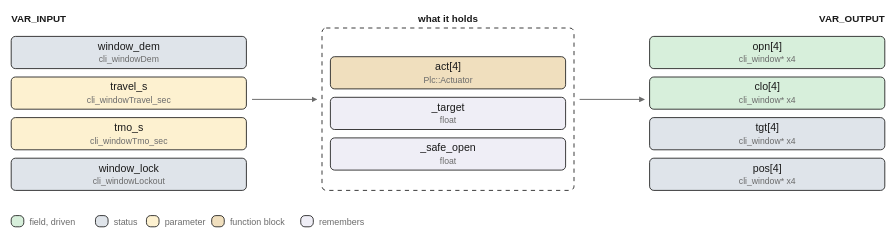
Earlier version of the draw.io export images/logic/windows.drawio.svg (pstch/botanik2). Source tidied: cells renumbered, new cells last; positions are measured from the earlier drawing's top-left corner, leaving out a move shared by most shapes.
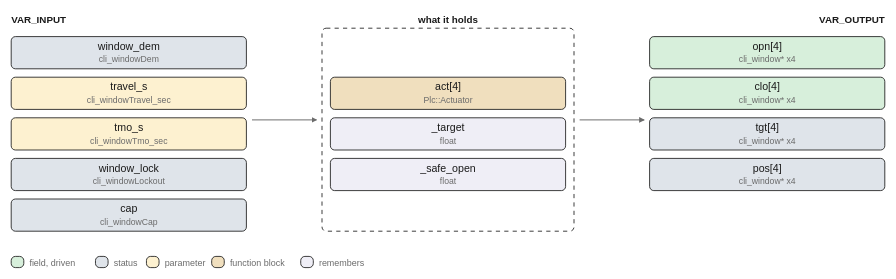
After the change.

Change to the diagram source:
```diff
@@ -23,71 +23,74 @@
     <mxCell id="8" value="window_lock" style="rounded=1;fillColor=#dfe4ea;strokeColor=#1a1a1a;whiteSpace=wrap;html=1;fontSize=8;" parent="1" vertex="1">
       <mxGeometry y="104" width="168" height="23" as="geometry" />
     </mxCell>
-    <mxCell id="9" value="opn[4]" style="rounded=1;fillColor=#d7efdb;strokeColor=#1a1a1a;whiteSpace=wrap;html=1;fontSize=8;" parent="1" vertex="1">
-      <mxGeometry x="456" y="17" width="168" height="23" as="geometry" />
+    <mxCell id="9" value="cap" style="rounded=1;fillColor=#dfe4ea;strokeColor=#1a1a1a;whiteSpace=wrap;html=1;fontSize=8;" parent="1" vertex="1">
+      <mxGeometry y="133" width="168" height="23" as="geometry" />
     </mxCell>
-    <mxCell id="10" value="clo[4]" style="rounded=1;fillColor=#d7efdb;strokeColor=#1a1a1a;whiteSpace=wrap;html=1;fontSize=8;" parent="1" vertex="1">
-      <mxGeometry x="456" y="46" width="168" height="23" as="geometry" />
+    <mxCell id="10" value="opn[4]" style="rounded=1;fillColor=#d7efdb;strokeColor=#1a1a1a;whiteSpace=wrap;html=1;fontSize=8;" parent="1" vertex="1">
+      <mxGeometry x="456" y="17" width="168" height="23" as="geometry" />
     </mxCell>
-    <mxCell id="11" value="tgt[4]" style="rounded=1;fillColor=#dfe4ea;strokeColor=#1a1a1a;whiteSpace=wrap;html=1;fontSize=8;" parent="1" vertex="1">
-      <mxGeometry x="456" y="75" width="168" height="23" as="geometry" />
+    <mxCell id="11" value="clo[4]" style="rounded=1;fillColor=#d7efdb;strokeColor=#1a1a1a;whiteSpace=wrap;html=1;fontSize=8;" parent="1" vertex="1">
+      <mxGeometry x="456" y="46" width="168" height="23" as="geometry" />
     </mxCell>
-    <mxCell id="12" value="pos[4]" style="rounded=1;fillColor=#dfe4ea;strokeColor=#1a1a1a;whiteSpace=wrap;html=1;fontSize=8;" parent="1" vertex="1">
-      <mxGeometry x="456" y="104" width="168" height="23" as="geometry" />
+    <mxCell id="12" value="tgt[4]" style="rounded=1;fillColor=#dfe4ea;strokeColor=#1a1a1a;whiteSpace=wrap;html=1;fontSize=8;" parent="1" vertex="1">
+      <mxGeometry x="456" y="75" width="168" height="23" as="geometry" />
     </mxCell>
-    <mxCell id="13" style="rounded=1;fillColor=#ffffff;strokeColor=#1a1a1a;whiteSpace=wrap;html=1;fontSize=8;dashed=1;" parent="1" vertex="1">
-      <mxGeometry x="222" y="11" width="180" height="116" as="geometry" />
+    <mxCell id="13" value="pos[4]" style="rounded=1;fillColor=#dfe4ea;strokeColor=#1a1a1a;whiteSpace=wrap;html=1;fontSize=8;" parent="1" vertex="1">
+      <mxGeometry x="456" y="104" width="168" height="23" as="geometry" />
     </mxCell>
-    <mxCell id="14" value="act[4]" style="rounded=1;fillColor=#f0dfbe;strokeColor=#1a1a1a;whiteSpace=wrap;html=1;fontSize=8;" parent="1" vertex="1">
-      <mxGeometry x="228" y="31.5" width="168" height="23" as="geometry" />
+    <mxCell id="14" style="rounded=1;fillColor=#ffffff;strokeColor=#1a1a1a;whiteSpace=wrap;html=1;fontSize=8;dashed=1;" parent="1" vertex="1">
+      <mxGeometry x="222" y="11" width="180" height="145" as="geometry" />
     </mxCell>
-    <mxCell id="15" value="_target" style="rounded=1;fillColor=#efeef6;strokeColor=#1a1a1a;whiteSpace=wrap;html=1;fontSize=8;" parent="1" vertex="1">
-      <mxGeometry x="228" y="60.5" width="168" height="23" as="geometry" />
+    <mxCell id="15" value="act[4]" style="rounded=1;fillColor=#f0dfbe;strokeColor=#1a1a1a;whiteSpace=wrap;html=1;fontSize=8;" parent="1" vertex="1">
+      <mxGeometry x="228" y="46" width="168" height="23" as="geometry" />
     </mxCell>
-    <mxCell id="16" value="_safe_open" style="rounded=1;fillColor=#efeef6;strokeColor=#1a1a1a;whiteSpace=wrap;html=1;fontSize=8;" parent="1" vertex="1">
-      <mxGeometry x="228" y="89.5" width="168" height="23" as="geometry" />
+    <mxCell id="16" value="_target" style="rounded=1;fillColor=#efeef6;strokeColor=#1a1a1a;whiteSpace=wrap;html=1;fontSize=8;" parent="1" vertex="1">
+      <mxGeometry x="228" y="75" width="168" height="23" as="geometry" />
     </mxCell>
-    <mxCell id="17" style="edgeStyle=none;html=1;strokeColor=#6b6b6b;endArrow=block;" parent="1" edge="1">
-      <mxGeometry relative="1" as="geometry">
-        <mxPoint x="172" y="62" as="sourcePoint" />
-        <mxPoint x="218" y="62" as="targetPoint" />
-      </mxGeometry>
-    </mxCell>
+    <mxCell id="29" value="_safe_open" style="rounded=1;fillColor=#efeef6;strokeColor=#1a1a1a;whiteSpace=wrap;html=1;fontSize=8;" parent="1" vertex="1">
+      <mxGeometry x="228" y="104" width="168" height="23" as="geometry" />
+    </mxCell>
     <mxCell id="18" style="edgeStyle=none;html=1;strokeColor=#6b6b6b;endArrow=block;" parent="1" edge="1">
       <mxGeometry relative="1" as="geometry">
-        <mxPoint x="406" y="62" as="sourcePoint" />
-        <mxPoint x="452" y="62" as="targetPoint" />
+        <mxPoint x="172" y="76.5" as="sourcePoint" />
+        <mxPoint x="218" y="76.5" as="targetPoint" />
       </mxGeometry>
     </mxCell>
-    <mxCell id="19" style="rounded=1;fillColor=#d7efdb;strokeColor=#1a1a1a;whiteSpace=wrap;html=1;fontSize=8;" parent="1" vertex="1">
-      <mxGeometry y="145" width="9" height="8" as="geometry" />
-    </mxCell>
+    <mxCell id="30" style="edgeStyle=none;html=1;strokeColor=#6b6b6b;endArrow=block;" parent="1" edge="1">
+      <mxGeometry relative="1" as="geometry">
+        <mxPoint x="406" y="76.5" as="sourcePoint" />
+        <mxPoint x="452" y="76.5" as="targetPoint" />
+      </mxGeometry>
+    </mxCell>
-    <mxCell id="20" value="field, driven" style="text;html=1;fontSize=6;fontColor=#6b6b6b;align=left;" parent="1" vertex="1">
-      <mxGeometry x="13" y="145.6" width="65" height="10.4" as="geometry" />
+    <mxCell id="20" style="rounded=1;fillColor=#d7efdb;strokeColor=#1a1a1a;whiteSpace=wrap;html=1;fontSize=8;" parent="1" vertex="1">
+      <mxGeometry y="174" width="9" height="8" as="geometry" />
     </mxCell>
-    <mxCell id="21" style="rounded=1;fillColor=#dfe4ea;strokeColor=#1a1a1a;whiteSpace=wrap;html=1;fontSize=8;" parent="1" vertex="1">
-      <mxGeometry x="60.2" y="145" width="9" height="8" as="geometry" />
+    <mxCell id="21" value="field, driven" style="text;html=1;fontSize=6;fontColor=#6b6b6b;align=left;" parent="1" vertex="1">
+      <mxGeometry x="13" y="174.6" width="65" height="10.4" as="geometry" />
     </mxCell>
-    <mxCell id="22" value="status" style="text;html=1;fontSize=6;fontColor=#6b6b6b;align=left;" parent="1" vertex="1">
-      <mxGeometry x="73.2" y="145.6" width="40" height="10.4" as="geometry" />
+    <mxCell id="22" style="rounded=1;fillColor=#dfe4ea;strokeColor=#1a1a1a;whiteSpace=wrap;html=1;fontSize=8;" parent="1" vertex="1">
+      <mxGeometry x="60.2" y="174" width="9" height="8" as="geometry" />
     </mxCell>
-    <mxCell id="23" style="rounded=1;fillColor=#fdf1d0;strokeColor=#1a1a1a;whiteSpace=wrap;html=1;fontSize=8;" parent="1" vertex="1">
-      <mxGeometry x="96.6" y="145" width="9" height="8" as="geometry" />
+    <mxCell id="23" value="status" style="text;html=1;fontSize=6;fontColor=#6b6b6b;align=left;" parent="1" vertex="1">
+      <mxGeometry x="73.2" y="174.6" width="40" height="10.4" as="geometry" />
     </mxCell>
-    <mxCell id="24" value="parameter" style="text;html=1;fontSize=6;fontColor=#6b6b6b;align=left;" parent="1" vertex="1">
-      <mxGeometry x="109.6" y="145.6" width="45" height="10.4" as="geometry" />
+    <mxCell id="24" style="rounded=1;fillColor=#fdf1d0;strokeColor=#1a1a1a;whiteSpace=wrap;html=1;fontSize=8;" parent="1" vertex="1">
+      <mxGeometry x="96.6" y="174" width="9" height="8" as="geometry" />
     </mxCell>
-    <mxCell id="25" style="rounded=1;fillColor=#f0dfbe;strokeColor=#1a1a1a;whiteSpace=wrap;html=1;fontSize=8;" parent="1" vertex="1">
-      <mxGeometry x="143.2" y="145" width="9" height="8" as="geometry" />
+    <mxCell id="25" value="parameter" style="text;html=1;fontSize=6;fontColor=#6b6b6b;align=left;" parent="1" vertex="1">
+      <mxGeometry x="109.6" y="174.6" width="45" height="10.4" as="geometry" />
     </mxCell>
-    <mxCell id="26" value="function block" style="text;html=1;fontSize=6;fontColor=#6b6b6b;align=left;" parent="1" vertex="1">
-      <mxGeometry x="156.2" y="145.6" width="70" height="10.4" as="geometry" />
+    <mxCell id="26" style="rounded=1;fillColor=#f0dfbe;strokeColor=#1a1a1a;whiteSpace=wrap;html=1;fontSize=8;" parent="1" vertex="1">
+      <mxGeometry x="143.2" y="174" width="9" height="8" as="geometry" />
     </mxCell>
-    <mxCell id="27" style="rounded=1;fillColor=#efeef6;strokeColor=#1a1a1a;whiteSpace=wrap;html=1;fontSize=8;" parent="1" vertex="1">
-      <mxGeometry x="206.8" y="145" width="9" height="8" as="geometry" />
+    <mxCell id="27" value="function block" style="text;html=1;fontSize=6;fontColor=#6b6b6b;align=left;" parent="1" vertex="1">
+      <mxGeometry x="156.2" y="174.6" width="70" height="10.4" as="geometry" />
     </mxCell>
-    <mxCell id="28" value="remembers" style="text;html=1;fontSize=6;fontColor=#6b6b6b;align=left;" parent="1" vertex="1">
-      <mxGeometry x="219.8" y="145.6" width="45" height="10.4" as="geometry" />
+    <mxCell id="28" style="rounded=1;fillColor=#efeef6;strokeColor=#1a1a1a;whiteSpace=wrap;html=1;fontSize=8;" parent="1" vertex="1">
+      <mxGeometry x="206.8" y="174" width="9" height="8" as="geometry" />
     </mxCell>
+    <mxCell id="31" value="remembers" style="text;html=1;fontSize=6;fontColor=#6b6b6b;align=left;" parent="1" vertex="1">
+      <mxGeometry x="219.8" y="174.6" width="45" height="10.4" as="geometry" />
+    </mxCell>
   </root>
 </mxGraphModel>
```
